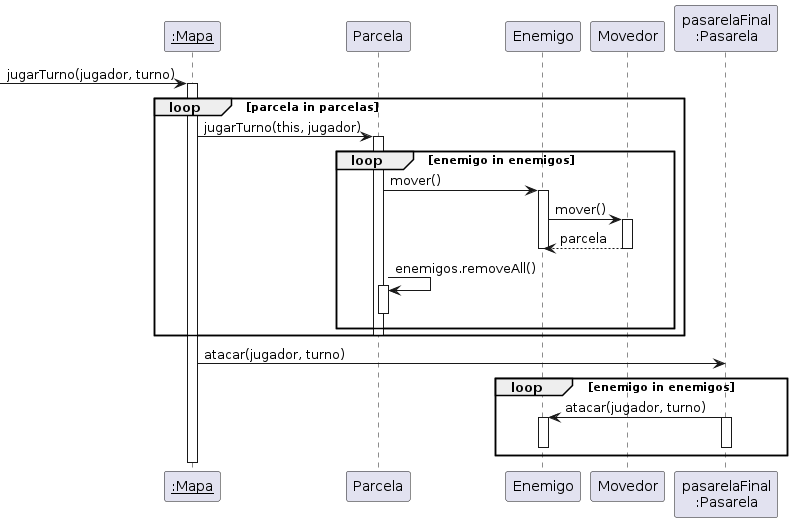
The PlantUML diagram diagramas/secuencia/enemigosMoviendoseYAtacando.png in alejoordonez02/AlgoDefense, before a commit.
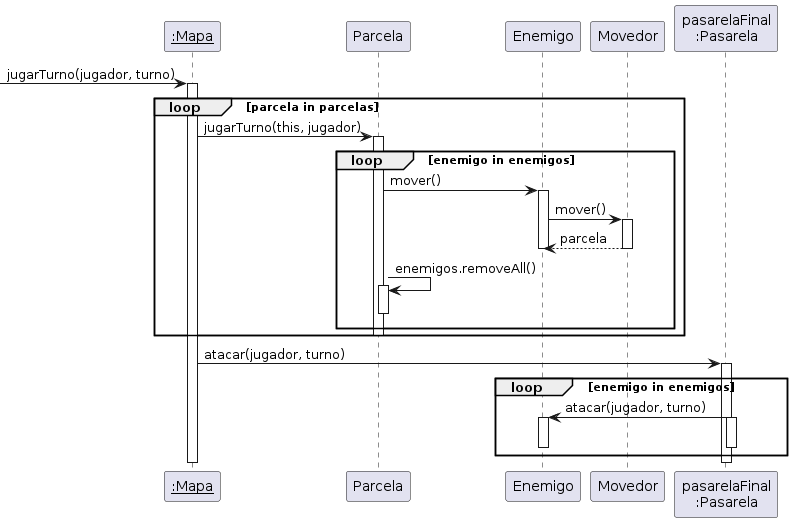
After the change.

The edit, as a diff of the source:
```diff
@@ -34,6 +34,7 @@
 end
 
 mapa -> pasarelaFinal: atacar(jugador, turno)
+activate pasarelaFinal
 
 loop enemigo in enemigos
 
@@ -45,6 +46,7 @@
 
 end
 
+deactivate pasarelaFinal
 deactivate mapa
 
 @enduml
```
